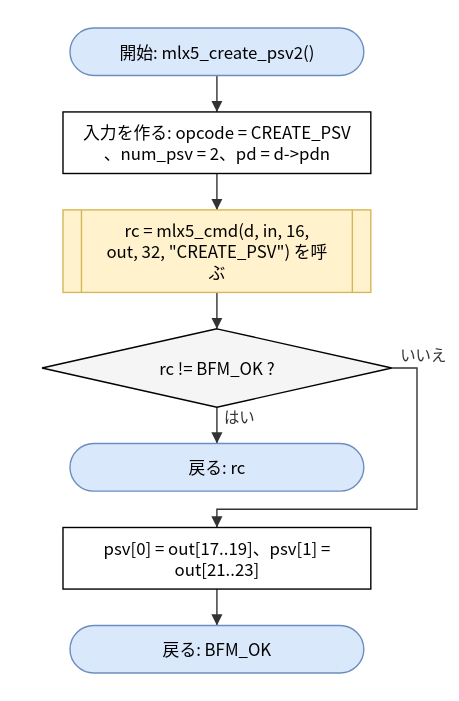
The draw.io diagram doc/spec/images/flow_src_mlx5_hca-mlx5_create_psv2.drawio.svg in hf355051012-ai/bfmem, before a commit. Source tidied: cells renumbered, new cells last; positions are measured from the earlier drawing's top-left corner, leaving out a move shared by most shapes.
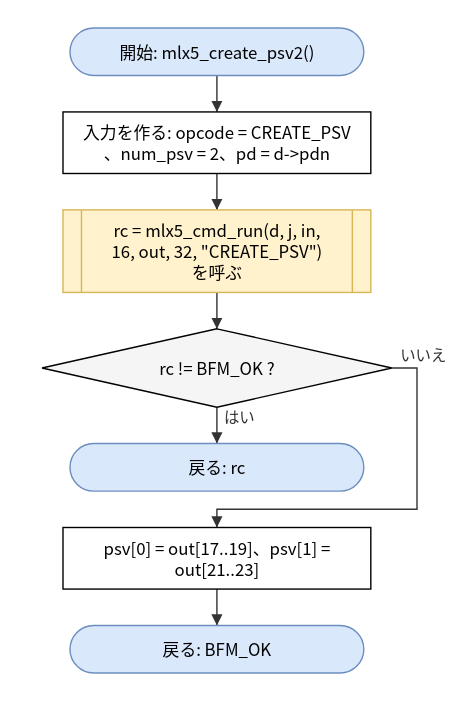
Later version of the same file.

Change to the diagram source:
```diff
@@ -8,7 +8,7 @@
     <mxCell id="3" value="入力を作る: opcode = CREATE_PSV&lt;br&gt;、num_psv = 2、pd = d-&amp;gt;pdn" style="rounded=0;whiteSpace=wrap;html=1;" parent="1" vertex="1">
       <mxGeometry x="15" y="60" width="220" height="44" as="geometry" />
     </mxCell>
-    <mxCell id="4" value="rc = mlx5_cmd(d, in, 16,&lt;br&gt;out, 32, &amp;quot;CREATE_PSV&amp;quot;) を呼&lt;br&gt;ぶ" style="shape=process;whiteSpace=wrap;html=1;backgroundOutline=1;size=0.06;fillColor=#fff2cc;strokeColor=#d6b656;" parent="1" vertex="1">
+    <mxCell id="4" value="rc = mlx5_cmd_run(d, j, in,&lt;br&gt;16, out, 32, &amp;quot;CREATE_PSV&amp;quot;)&lt;br&gt;を呼ぶ" style="shape=process;whiteSpace=wrap;html=1;backgroundOutline=1;size=0.06;fillColor=#fff2cc;strokeColor=#d6b656;" parent="1" vertex="1">
       <mxGeometry x="15" y="130" width="220" height="59" as="geometry" />
     </mxCell>
     <mxCell id="5" value="rc != BFM_OK ?" style="rhombus;whiteSpace=wrap;html=1;fillColor=#f5f5f5;" parent="1" vertex="1">
```
